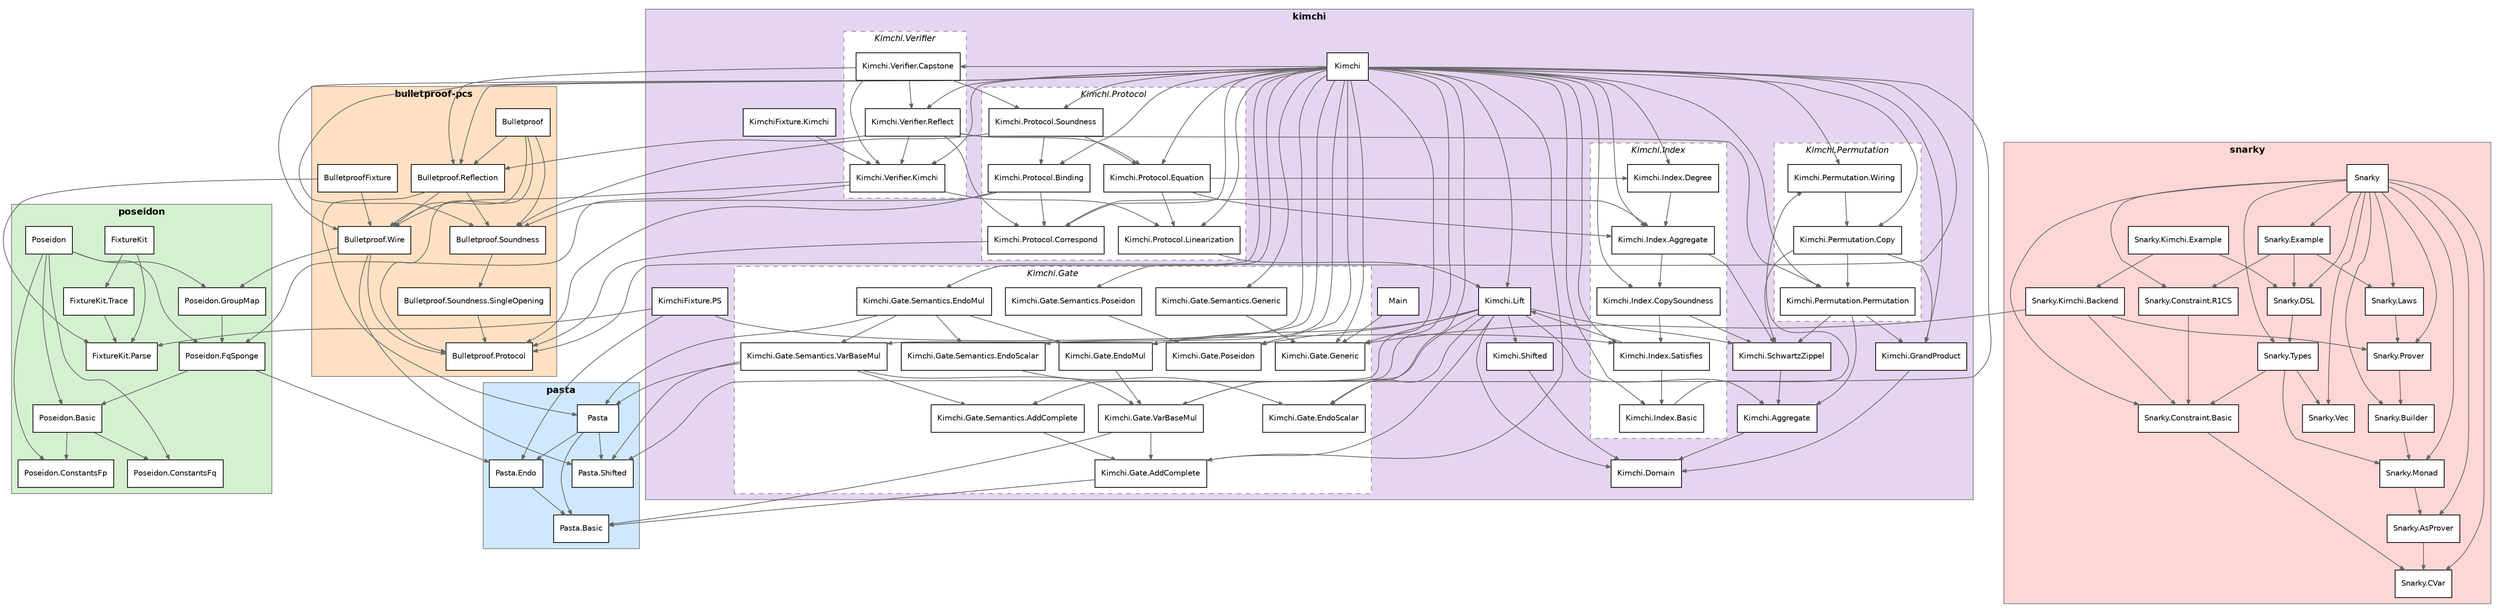
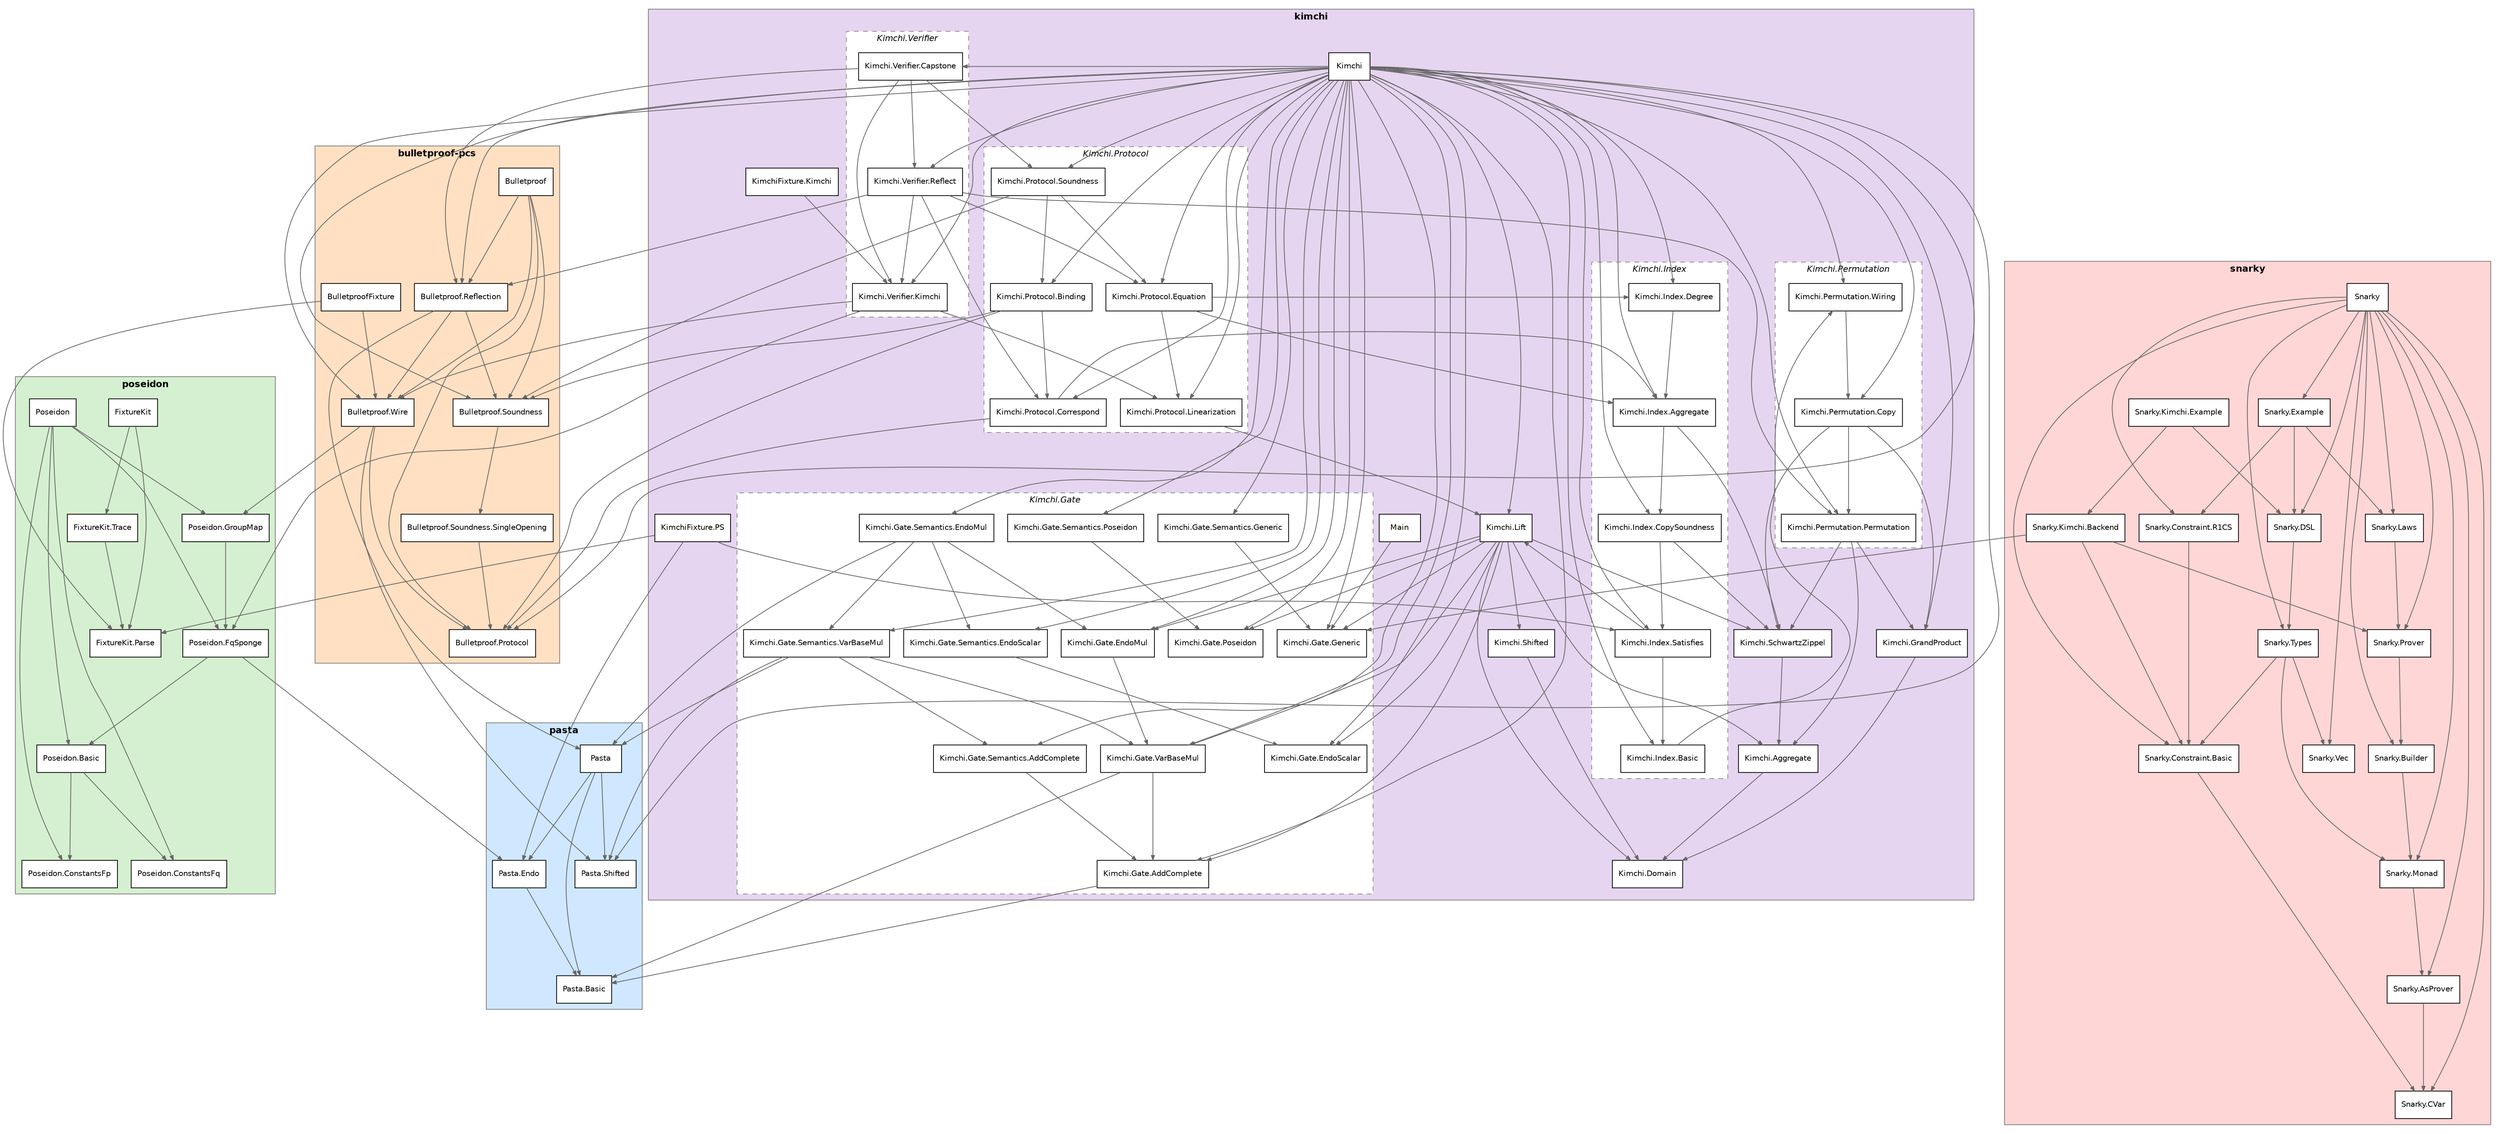
digraph "formal-modules" {
  rankdir=TB;
+   ranksep=1.6; nodesep=0.25;
  node [shape=box, style=filled, fillcolor=white, fontsize=10, fontname="Helvetica"];
  edge [color=gray40, arrowsize=0.6];
  subgraph "cluster_pasta" {
    label="pasta"; style=filled; fillcolor="#cfe8ff";
    color=gray50; fontsize=12; fontname="Helvetica-Bold";
    "Pasta.Basic";
    "Pasta.Endo";
    "Pasta";
    "Pasta.Shifted";
  }
  subgraph "cluster_poseidon" {
    label="poseidon"; style=filled; fillcolor="#d5f0d0";
    color=gray50; fontsize=12; fontname="Helvetica-Bold";
    "FixtureKit";
    "FixtureKit.Parse";
    "FixtureKit.Trace";
    "Poseidon.Basic";
    "Poseidon.ConstantsFp";
    "Poseidon.ConstantsFq";
    "Poseidon.FqSponge";
    "Poseidon.GroupMap";
    "Poseidon";
  }
  subgraph "cluster_bulletproof-pcs" {
    label="bulletproof-pcs"; style=filled; fillcolor="#ffe0c2";
    color=gray50; fontsize=12; fontname="Helvetica-Bold";
    "BulletproofFixture";
    "Bulletproof";
    "Bulletproof.Protocol";
    "Bulletproof.Reflection";
    "Bulletproof.Soundness";
    "Bulletproof.Soundness.SingleOpening";
    "Bulletproof.Wire";
  }
  subgraph "cluster_kimchi" {
    label="kimchi"; style=filled; fillcolor="#e6d5f0";
    color=gray50; fontsize=12; fontname="Helvetica-Bold";
    "Kimchi.Aggregate";
    "Kimchi.Domain";
    "KimchiFixture.Kimchi";
    "KimchiFixture.PS";
    "Kimchi.GrandProduct";
    "Kimchi";
    "Kimchi.Lift";
    "Kimchi.SchwartzZippel";
    "Kimchi.Shifted";
    "Main";
    subgraph "cluster_kimchi_Kimchi_Gate" {
      label="Kimchi.Gate"; style="filled,dashed"; fillcolor=white;
      color=gray55; fontsize=11; fontname="Helvetica-Oblique";
      "Kimchi.Gate.AddComplete";
      "Kimchi.Gate.EndoMul";
      "Kimchi.Gate.EndoScalar";
      "Kimchi.Gate.Generic";
      "Kimchi.Gate.Poseidon";
      "Kimchi.Gate.Semantics.AddComplete";
      "Kimchi.Gate.Semantics.EndoMul";
      "Kimchi.Gate.Semantics.EndoScalar";
      "Kimchi.Gate.Semantics.Generic";
      "Kimchi.Gate.Semantics.Poseidon";
      "Kimchi.Gate.Semantics.VarBaseMul";
      "Kimchi.Gate.VarBaseMul";
    }
    subgraph "cluster_kimchi_Kimchi_Index" {
      label="Kimchi.Index"; style="filled,dashed"; fillcolor=white;
      color=gray55; fontsize=11; fontname="Helvetica-Oblique";
      "Kimchi.Index.Aggregate";
      "Kimchi.Index.Basic";
      "Kimchi.Index.CopySoundness";
      "Kimchi.Index.Degree";
      "Kimchi.Index.Satisfies";
    }
    subgraph "cluster_kimchi_Kimchi_Permutation" {
      label="Kimchi.Permutation"; style="filled,dashed"; fillcolor=white;
      color=gray55; fontsize=11; fontname="Helvetica-Oblique";
      "Kimchi.Permutation.Copy";
      "Kimchi.Permutation.Permutation";
      "Kimchi.Permutation.Wiring";
    }
    subgraph "cluster_kimchi_Kimchi_Protocol" {
      label="Kimchi.Protocol"; style="filled,dashed"; fillcolor=white;
      color=gray55; fontsize=11; fontname="Helvetica-Oblique";
      "Kimchi.Protocol.Binding";
      "Kimchi.Protocol.Correspond";
      "Kimchi.Protocol.Equation";
      "Kimchi.Protocol.Linearization";
      "Kimchi.Protocol.Soundness";
    }
    subgraph "cluster_kimchi_Kimchi_Verifier" {
      label="Kimchi.Verifier"; style="filled,dashed"; fillcolor=white;
      color=gray55; fontsize=11; fontname="Helvetica-Oblique";
      "Kimchi.Verifier.Capstone";
      "Kimchi.Verifier.Kimchi";
      "Kimchi.Verifier.Reflect";
    }
  }
  subgraph "cluster_snarky" {
    label="snarky"; style=filled; fillcolor="#ffd6d6";
    color=gray50; fontsize=12; fontname="Helvetica-Bold";
    "Snarky.AsProver";
    "Snarky.Builder";
    "Snarky.Constraint.Basic";
    "Snarky.Constraint.R1CS";
    "Snarky.CVar";
    "Snarky.DSL";
    "Snarky.Example";
    "Snarky.Kimchi.Backend";
    "Snarky.Kimchi.Example";
    "Snarky.Laws";
    "Snarky";
    "Snarky.Monad";
    "Snarky.Prover";
    "Snarky.Types";
    "Snarky.Vec";
  }
  "Pasta.Endo" -> "Pasta.Basic";
  "Pasta" -> "Pasta.Basic";
  "Pasta" -> "Pasta.Endo";
  "Pasta" -> "Pasta.Shifted";
  "FixtureKit" -> "FixtureKit.Parse";
  "FixtureKit" -> "FixtureKit.Trace";
  "FixtureKit.Trace" -> "FixtureKit.Parse";
  "Poseidon.Basic" -> "Poseidon.ConstantsFq";
  "Poseidon.Basic" -> "Poseidon.ConstantsFp";
  "Poseidon.FqSponge" -> "Poseidon.Basic";
  "Poseidon.FqSponge" -> "Pasta.Endo";
  "Poseidon.GroupMap" -> "Poseidon.FqSponge";
  "Poseidon" -> "Poseidon.ConstantsFp";
  "Poseidon" -> "Poseidon.ConstantsFq";
  "Poseidon" -> "Poseidon.Basic";
  "Poseidon" -> "Poseidon.FqSponge";
  "Poseidon" -> "Poseidon.GroupMap";
  "BulletproofFixture" -> "Bulletproof.Wire";
  "BulletproofFixture" -> "FixtureKit.Parse";
  "Bulletproof" -> "Bulletproof.Protocol";
  "Bulletproof" -> "Bulletproof.Wire";
  "Bulletproof" -> "Bulletproof.Soundness";
  "Bulletproof" -> "Bulletproof.Reflection";
  "Bulletproof.Reflection" -> "Bulletproof.Wire";
  "Bulletproof.Reflection" -> "Bulletproof.Soundness";
  "Bulletproof.Reflection" -> "Pasta";
  "Bulletproof.Soundness" -> "Bulletproof.Soundness.SingleOpening";
  "Bulletproof.Soundness.SingleOpening" -> "Bulletproof.Protocol";
  "Bulletproof.Wire" -> "Pasta.Shifted";
  "Bulletproof.Wire" -> "Poseidon.GroupMap";
  "Bulletproof.Wire" -> "Bulletproof.Protocol";
  "Kimchi.Aggregate" -> "Kimchi.Domain";
  "KimchiFixture.Kimchi" -> "Kimchi.Verifier.Kimchi";
  "KimchiFixture.PS" -> "Kimchi.Index.Satisfies";
  "KimchiFixture.PS" -> "FixtureKit.Parse";
  "KimchiFixture.PS" -> "Pasta.Endo";
  "Kimchi.Gate.AddComplete" -> "Pasta.Basic";
  "Kimchi.Gate.EndoMul" -> "Kimchi.Gate.VarBaseMul";
  "Kimchi.Gate.Semantics.AddComplete" -> "Kimchi.Gate.AddComplete";
  "Kimchi.Gate.Semantics.EndoMul" -> "Kimchi.Gate.EndoMul";
  "Kimchi.Gate.Semantics.EndoMul" -> "Kimchi.Gate.Semantics.VarBaseMul";
  "Kimchi.Gate.Semantics.EndoMul" -> "Kimchi.Gate.Semantics.EndoScalar";
  "Kimchi.Gate.Semantics.EndoMul" -> "Pasta";
  "Kimchi.Gate.Semantics.EndoScalar" -> "Kimchi.Gate.EndoScalar";
  "Kimchi.Gate.Semantics.Generic" -> "Kimchi.Gate.Generic";
  "Kimchi.Gate.Semantics.Poseidon" -> "Kimchi.Gate.Poseidon";
  "Kimchi.Gate.Semantics.VarBaseMul" -> "Kimchi.Gate.VarBaseMul";
  "Kimchi.Gate.Semantics.VarBaseMul" -> "Kimchi.Gate.Semantics.AddComplete";
  "Kimchi.Gate.Semantics.VarBaseMul" -> "Pasta";
  "Kimchi.Gate.Semantics.VarBaseMul" -> "Pasta.Shifted";
  "Kimchi.Gate.VarBaseMul" -> "Pasta.Basic";
  "Kimchi.Gate.VarBaseMul" -> "Kimchi.Gate.AddComplete";
  "Kimchi.GrandProduct" -> "Kimchi.Domain";
  "Kimchi.Index.Aggregate" -> "Kimchi.Index.CopySoundness";
  "Kimchi.Index.Aggregate" -> "Kimchi.SchwartzZippel";
  "Kimchi.Index.Basic" -> "Kimchi.Permutation.Wiring";
  "Kimchi.Index.CopySoundness" -> "Kimchi.Index.Satisfies";
  "Kimchi.Index.CopySoundness" -> "Kimchi.SchwartzZippel";
  "Kimchi.Index.Degree" -> "Kimchi.Index.Aggregate";
  "Kimchi.Index.Satisfies" -> "Kimchi.Index.Basic";
  "Kimchi.Index.Satisfies" -> "Kimchi.Lift";
  "Kimchi" -> "Pasta.Shifted";
  "Kimchi" -> "Kimchi.Gate.Generic";
  "Kimchi" -> "Kimchi.Gate.AddComplete";
  "Kimchi" -> "Kimchi.Gate.VarBaseMul";
  "Kimchi" -> "Kimchi.Gate.EndoScalar";
  "Kimchi" -> "Kimchi.Gate.EndoMul";
  "Kimchi" -> "Kimchi.Gate.Poseidon";
  "Kimchi" -> "Kimchi.Gate.Semantics.Generic";
  "Kimchi" -> "Kimchi.Gate.Semantics.AddComplete";
  "Kimchi" -> "Kimchi.Gate.Semantics.VarBaseMul";
  "Kimchi" -> "Kimchi.Gate.Semantics.EndoScalar";
  "Kimchi" -> "Kimchi.Gate.Semantics.EndoMul";
  "Kimchi" -> "Kimchi.Gate.Semantics.Poseidon";
  "Kimchi" -> "Bulletproof.Protocol";
  "Kimchi" -> "Bulletproof.Soundness";
  "Kimchi" -> "Kimchi.Lift";
  "Kimchi" -> "Kimchi.Permutation.Copy";
  "Kimchi" -> "Kimchi.Index.Basic";
  "Kimchi" -> "Kimchi.Index.Satisfies";
  "Kimchi" -> "Kimchi.Index.Aggregate";
  "Kimchi" -> "Kimchi.Index.Degree";
  "Kimchi" -> "Kimchi.Index.CopySoundness";
  "Kimchi" -> "Kimchi.Permutation.Wiring";
  "Kimchi" -> "Kimchi.Permutation.Permutation";
  "Kimchi" -> "Kimchi.GrandProduct";
  "Kimchi" -> "Bulletproof.Wire";
  "Kimchi" -> "Kimchi.Protocol.Linearization";
  "Kimchi" -> "Kimchi.Protocol.Equation";
  "Kimchi" -> "Kimchi.Protocol.Correspond";
  "Kimchi" -> "Kimchi.Protocol.Binding";
  "Kimchi" -> "Kimchi.Protocol.Soundness";
  "Kimchi" -> "Bulletproof.Reflection";
  "Kimchi" -> "Kimchi.Verifier.Kimchi";
  "Kimchi" -> "Kimchi.Verifier.Reflect";
  "Kimchi" -> "Kimchi.Verifier.Capstone";
  "Kimchi.Lift" -> "Kimchi.Domain";
  "Kimchi.Lift" -> "Kimchi.Shifted";
  "Kimchi.Lift" -> "Kimchi.Aggregate";
  "Kimchi.Lift" -> "Kimchi.SchwartzZippel";
  "Kimchi.Lift" -> "Kimchi.Gate.AddComplete";
  "Kimchi.Lift" -> "Kimchi.Gate.VarBaseMul";
  "Kimchi.Lift" -> "Kimchi.Gate.EndoMul";
  "Kimchi.Lift" -> "Kimchi.Gate.EndoScalar";
  "Kimchi.Lift" -> "Kimchi.Gate.Poseidon";
  "Kimchi.Lift" -> "Kimchi.Gate.Generic";
  "Kimchi.Permutation.Copy" -> "Kimchi.GrandProduct";
  "Kimchi.Permutation.Copy" -> "Kimchi.Permutation.Permutation";
  "Kimchi.Permutation.Copy" -> "Kimchi.SchwartzZippel";
  "Kimchi.Permutation.Permutation" -> "Kimchi.Aggregate";
  "Kimchi.Permutation.Permutation" -> "Kimchi.SchwartzZippel";
  "Kimchi.Permutation.Permutation" -> "Kimchi.GrandProduct";
  "Kimchi.Permutation.Wiring" -> "Kimchi.Permutation.Copy";
  "Kimchi.Protocol.Binding" -> "Bulletproof.Protocol";
  "Kimchi.Protocol.Binding" -> "Bulletproof.Soundness";
  "Kimchi.Protocol.Binding" -> "Kimchi.Protocol.Correspond";
  "Kimchi.Protocol.Correspond" -> "Kimchi.Index.Aggregate";
  "Kimchi.Protocol.Correspond" -> "Bulletproof.Protocol";
  "Kimchi.Protocol.Equation" -> "Kimchi.Protocol.Linearization";
  "Kimchi.Protocol.Equation" -> "Kimchi.Index.Aggregate";
  "Kimchi.Protocol.Equation" -> "Kimchi.Index.Degree";
  "Kimchi.Protocol.Linearization" -> "Kimchi.Lift";
  "Kimchi.Protocol.Soundness" -> "Bulletproof.Soundness";
  "Kimchi.Protocol.Soundness" -> "Kimchi.Protocol.Binding";
  "Kimchi.Protocol.Soundness" -> "Kimchi.Protocol.Equation";
  "Kimchi.SchwartzZippel" -> "Kimchi.Aggregate";
  "Kimchi.Shifted" -> "Kimchi.Domain";
  "Kimchi.Verifier.Capstone" -> "Kimchi.Protocol.Soundness";
  "Kimchi.Verifier.Capstone" -> "Kimchi.Verifier.Kimchi";
  "Kimchi.Verifier.Capstone" -> "Bulletproof.Reflection";
  "Kimchi.Verifier.Capstone" -> "Kimchi.Verifier.Reflect";
  "Kimchi.Verifier.Kimchi" -> "Bulletproof.Wire";
  "Kimchi.Verifier.Kimchi" -> "Kimchi.Protocol.Linearization";
  "Kimchi.Verifier.Kimchi" -> "Poseidon.FqSponge";
  "Kimchi.Verifier.Reflect" -> "Kimchi.Verifier.Kimchi";
  "Kimchi.Verifier.Reflect" -> "Bulletproof.Reflection";
  "Kimchi.Verifier.Reflect" -> "Kimchi.Protocol.Correspond";
  "Kimchi.Verifier.Reflect" -> "Kimchi.Protocol.Equation";
  "Kimchi.Verifier.Reflect" -> "Kimchi.Permutation.Permutation";
  "Main" -> "Kimchi.Gate.Generic";
  "Snarky.AsProver" -> "Snarky.CVar";
  "Snarky.Builder" -> "Snarky.Monad";
  "Snarky.Constraint.Basic" -> "Snarky.CVar";
  "Snarky.Constraint.R1CS" -> "Snarky.Constraint.Basic";
  "Snarky.DSL" -> "Snarky.Types";
  "Snarky.Example" -> "Snarky.DSL";
  "Snarky.Example" -> "Snarky.Constraint.R1CS";
  "Snarky.Example" -> "Snarky.Laws";
  "Snarky.Kimchi.Backend" -> "Snarky.Constraint.Basic";
  "Snarky.Kimchi.Backend" -> "Snarky.Prover";
  "Snarky.Kimchi.Backend" -> "Kimchi.Gate.Generic";
  "Snarky.Kimchi.Example" -> "Snarky.Kimchi.Backend";
  "Snarky.Kimchi.Example" -> "Snarky.DSL";
  "Snarky.Laws" -> "Snarky.Prover";
  "Snarky" -> "Snarky.CVar";
  "Snarky" -> "Snarky.AsProver";
  "Snarky" -> "Snarky.Monad";
  "Snarky" -> "Snarky.Builder";
  "Snarky" -> "Snarky.Prover";
  "Snarky" -> "Snarky.Vec";
  "Snarky" -> "Snarky.Constraint.Basic";
  "Snarky" -> "Snarky.Constraint.R1CS";
  "Snarky" -> "Snarky.Types";
  "Snarky" -> "Snarky.DSL";
  "Snarky" -> "Snarky.Laws";
  "Snarky" -> "Snarky.Example";
  "Snarky.Monad" -> "Snarky.AsProver";
  "Snarky.Prover" -> "Snarky.Builder";
  "Snarky.Types" -> "Snarky.Monad";
  "Snarky.Types" -> "Snarky.Vec";
  "Snarky.Types" -> "Snarky.Constraint.Basic";
}
